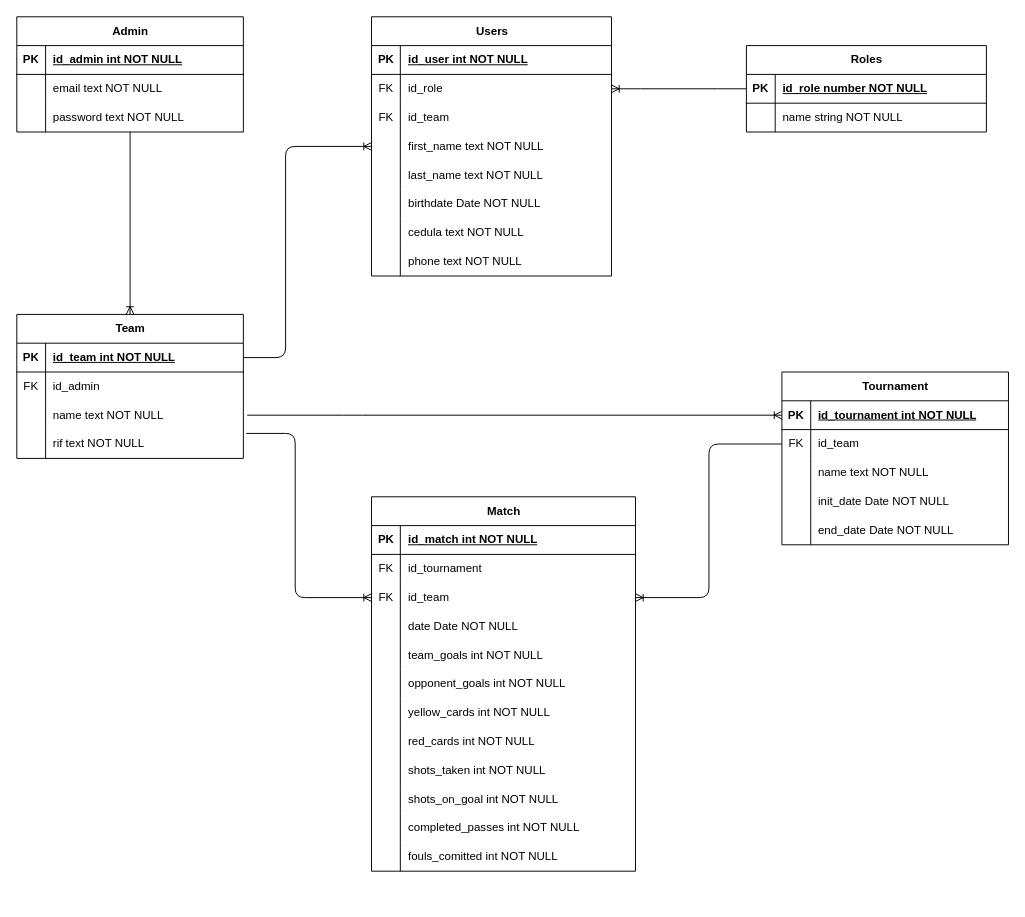
Before: GoatTeamStatsERD.drawio in JohannesV21/goat-team-stats-backend, a draw.io diagram. Source tidied: cells renumbered, new cells numbered last; positions are measured from the earlier drawing's top-left corner, leaving out a move shared by most shapes. Both pictures are drawn from the tidied source at 96%, with x=0, y=0 at pixel (16, 16).
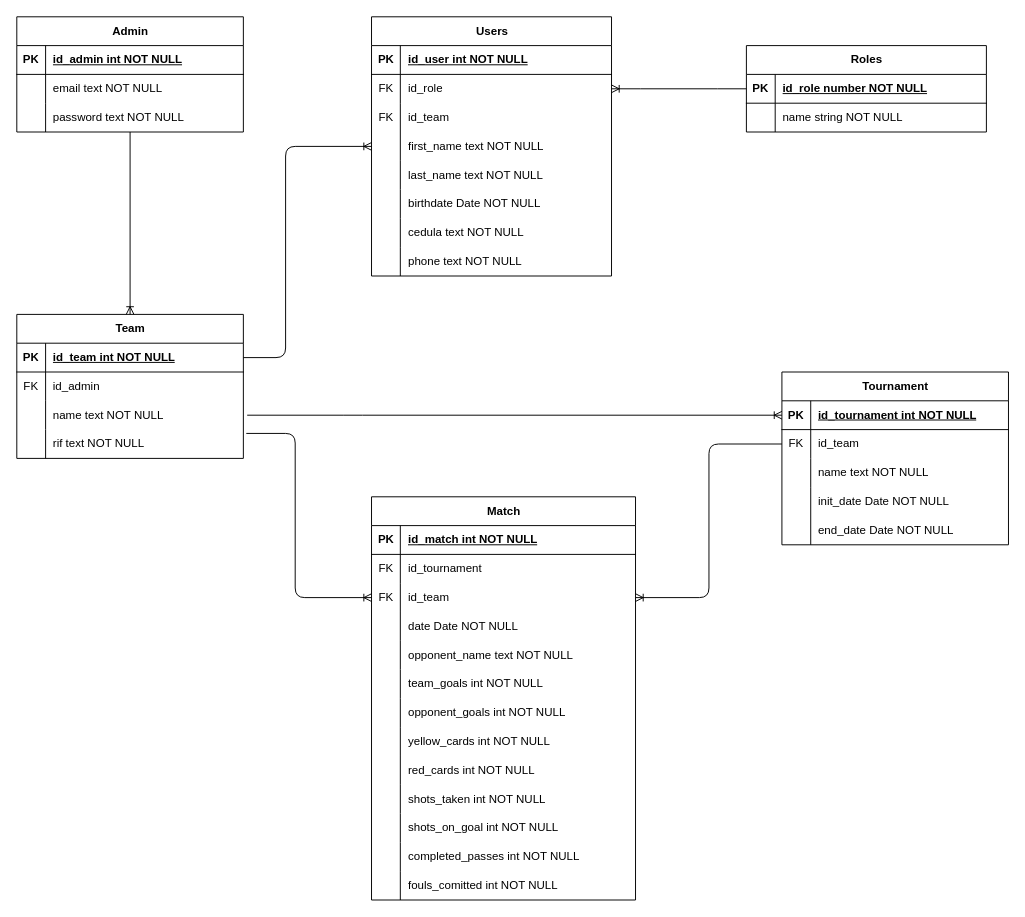
The same diagram, later.

Diff of the diagram source:
```diff
@@
     <mxCell id="34" value="Match" style="shape=table;startSize=30;childLayout=tableLayout;rowLines=0;fontStyle=1;align=center;html=1;labelBackgroundColor=none;rounded=0;" parent="1" vertex="1">
-      <mxGeometry x="369.5" y="500" width="275" height="390" as="geometry" />
+      <mxGeometry x="369.5" y="500" width="275" height="420" as="geometry" />
     </mxCell>
@@
+    <mxCell id="116" style="shape=tableRow;horizontal=0;startSize=0;swimlaneHead=0;swimlaneBody=0;fillColor=none;top=0;left=0;right=0;bottom=0;labelBackgroundColor=none;rounded=0;" parent="34" vertex="1">
+      <mxGeometry y="150" width="275" height="30" as="geometry" />
+    </mxCell>
+    <mxCell id="117" style="shape=partialRectangle;fillColor=none;top=0;left=0;bottom=0;right=0;overflow=hidden;whiteSpace=wrap;html=1;labelBackgroundColor=none;rounded=0;" parent="116" vertex="1">
+      <mxGeometry width="30" height="30" as="geometry" />
+    </mxCell>
+    <mxCell id="118" value="opponent_name text NOT NULL" style="shape=partialRectangle;fillColor=none;top=0;left=0;bottom=0;right=0;align=left;spacingLeft=6;overflow=hidden;whiteSpace=wrap;html=1;labelBackgroundColor=none;rounded=0;" parent="116" vertex="1">
+      <mxGeometry x="30" width="245" height="30" as="geometry" />
+    </mxCell>
     <mxCell id="47" style="shape=tableRow;horizontal=0;startSize=0;swimlaneHead=0;swimlaneBody=0;fillColor=none;top=0;left=0;right=0;bottom=0;labelBackgroundColor=none;rounded=0;" parent="34" vertex="1">
-      <mxGeometry y="150" width="275" height="30" as="geometry" />
+      <mxGeometry y="180" width="275" height="30" as="geometry" />
     </mxCell>
@@
     <mxCell id="50" style="shape=tableRow;horizontal=0;startSize=0;swimlaneHead=0;swimlaneBody=0;fillColor=none;top=0;left=0;right=0;bottom=0;labelBackgroundColor=none;rounded=0;" parent="34" vertex="1">
-      <mxGeometry y="180" width="275" height="30" as="geometry" />
+      <mxGeometry y="210" width="275" height="30" as="geometry" />
     </mxCell>
@@
     <mxCell id="53" style="shape=tableRow;horizontal=0;startSize=0;swimlaneHead=0;swimlaneBody=0;fillColor=none;top=0;left=0;right=0;bottom=0;labelBackgroundColor=none;rounded=0;" parent="34" vertex="1">
-      <mxGeometry y="210" width="275" height="30" as="geometry" />
+      <mxGeometry y="240" width="275" height="30" as="geometry" />
     </mxCell>
@@
     <mxCell id="56" style="shape=tableRow;horizontal=0;startSize=0;swimlaneHead=0;swimlaneBody=0;fillColor=none;top=0;left=0;right=0;bottom=0;labelBackgroundColor=none;rounded=0;" parent="34" vertex="1">
-      <mxGeometry y="240" width="275" height="30" as="geometry" />
+      <mxGeometry y="270" width="275" height="30" as="geometry" />
     </mxCell>
@@
     <mxCell id="59" style="shape=tableRow;horizontal=0;startSize=0;swimlaneHead=0;swimlaneBody=0;fillColor=none;top=0;left=0;right=0;bottom=0;labelBackgroundColor=none;rounded=0;" parent="34" vertex="1">
-      <mxGeometry y="270" width="275" height="30" as="geometry" />
+      <mxGeometry y="300" width="275" height="30" as="geometry" />
     </mxCell>
@@
     <mxCell id="62" style="shape=tableRow;horizontal=0;startSize=0;swimlaneHead=0;swimlaneBody=0;fillColor=none;top=0;left=0;right=0;bottom=0;labelBackgroundColor=none;rounded=0;" parent="34" vertex="1">
-      <mxGeometry y="300" width="275" height="30" as="geometry" />
+      <mxGeometry y="330" width="275" height="30" as="geometry" />
     </mxCell>
@@
     <mxCell id="65" style="shape=tableRow;horizontal=0;startSize=0;swimlaneHead=0;swimlaneBody=0;fillColor=none;top=0;left=0;right=0;bottom=0;labelBackgroundColor=none;rounded=0;" parent="34" vertex="1">
-      <mxGeometry y="330" width="275" height="30" as="geometry" />
+      <mxGeometry y="360" width="275" height="30" as="geometry" />
     </mxCell>
@@
     <mxCell id="68" style="shape=tableRow;horizontal=0;startSize=0;swimlaneHead=0;swimlaneBody=0;fillColor=none;top=0;left=0;right=0;bottom=0;labelBackgroundColor=none;rounded=0;" parent="34" vertex="1">
-      <mxGeometry y="360" width="275" height="30" as="geometry" />
+      <mxGeometry y="390" width="275" height="30" as="geometry" />
     </mxCell>
```
